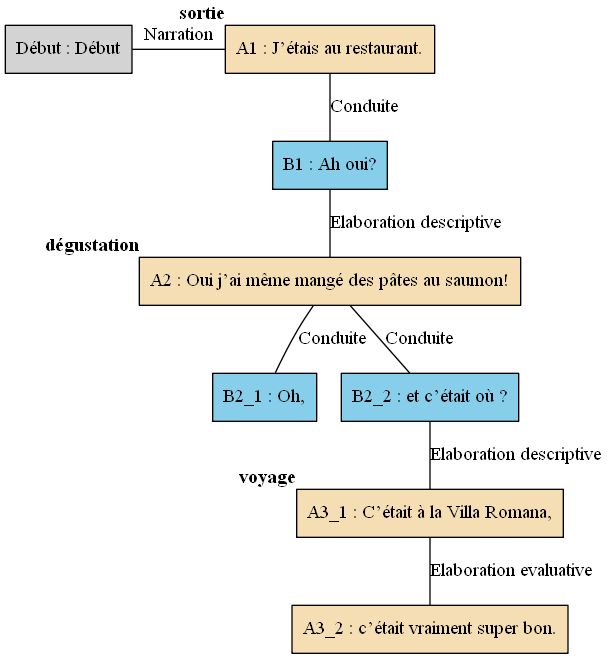
Earlier version of the Graphviz export arbres/Bac_a_sable/Bac_a_sable_-_E08.gv.png (AlaixComet/AnnotationSlamPTut). Its source is kept beside it as arbres/Bac_a_sable/Bac_a_sable_-_E08.gv. Source of this version:
```dot
digraph E08 {
	node [shape=box style=filled]
	"Début" [label="Début : Début" xlabel=""]
	A1 [label="A1 : J’étais au restaurant." fillcolor=wheat xlabel=<<B>sortie</B>>]
	B1 [label="B1 : Ah oui?" fillcolor=skyblue xlabel=""]
	A2 [label="A2 : Oui j’ai même mangé des pâtes au saumon!" fillcolor=wheat xlabel=<<B>dégustation</B>>]
	B2_1 [label="B2_1 : Oh," fillcolor=skyblue xlabel=""]
	B2_2 [label="B2_2 : et c’était où ?" fillcolor=skyblue xlabel=""]
	A3_1 [label="A3_1 : C’était à la Villa Romana," fillcolor=wheat xlabel=<<B>voyage</B>>]
	A3_2 [label="A3_2 : c’était vraiment super bon." fillcolor=wheat xlabel=""]
	{
		rank=same
		"Début"
		A1
		"Début" -> A1 [label=Narration dir=none]
	}
	A1 -> B1 [label=Conduite dir=none]
	B1 -> A2 [label="Elaboration descriptive" dir=none]
	A2 -> B2_1 [label=Conduite dir=none]
	B2_2 -> A3_1 [label="Elaboration descriptive" dir=none]
	A2 -> B2_2 [label=Conduite dir=none]
	A3_1 -> A3_2 [label="Elaboration evaluative" dir=none]
}
```
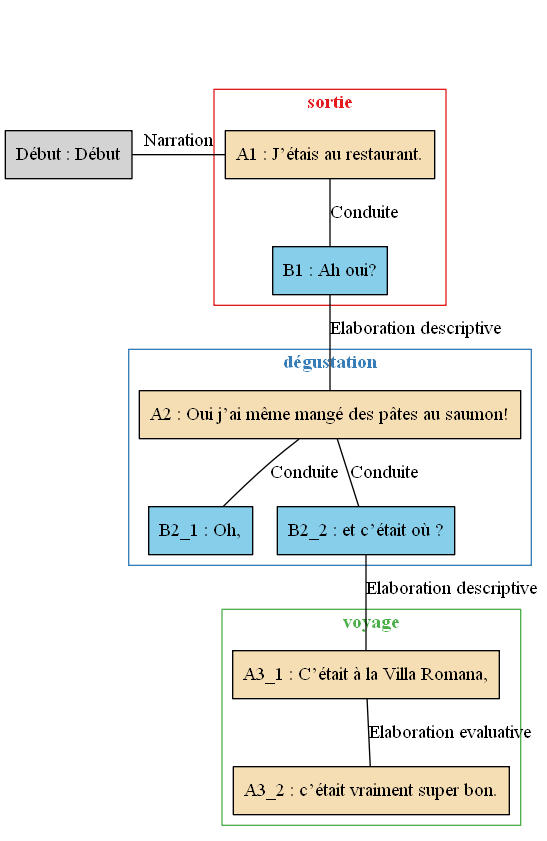
Above is the later version.

The edit, as a diff of the source:
```diff
@@ -1,23 +1,47 @@
 digraph E08 {
 	node [shape=box style=filled]
-	"Début" [label="Début : Début" xlabel=""]
-	A1 [label="A1 : J’étais au restaurant." fillcolor=wheat xlabel=<<B>sortie</B>>]
-	B1 [label="B1 : Ah oui?" fillcolor=skyblue xlabel=""]
-	A2 [label="A2 : Oui j’ai même mangé des pâtes au saumon!" fillcolor=wheat xlabel=<<B>dégustation</B>>]
-	B2_1 [label="B2_1 : Oh," fillcolor=skyblue xlabel=""]
-	B2_2 [label="B2_2 : et c’était où ?" fillcolor=skyblue xlabel=""]
-	A3_1 [label="A3_1 : C’était à la Villa Romana," fillcolor=wheat xlabel=<<B>voyage</B>>]
-	A3_2 [label="A3_2 : c’était vraiment super bon." fillcolor=wheat xlabel=""]
-	{
-		rank=same
-		"Début"
+	newrank=true
+	zero [style=invis]
+	"Début" [label="Début : Début"]
+	A1 [label="A1 : J’étais au restaurant." fillcolor=wheat]
+	B1 [label="B1 : Ah oui?" fillcolor=skyblue]
+	A2 [label="A2 : Oui j’ai même mangé des pâtes au saumon!" fillcolor=wheat]
+	B2_1 [label="B2_1 : Oh," fillcolor=skyblue]
+	B2_2 [label="B2_2 : et c’était où ?" fillcolor=skyblue]
+	A3_1 [label="A3_1 : C’était à la Villa Romana," fillcolor=wheat]
+	A3_2 [label="A3_2 : c’était vraiment super bon." fillcolor=wheat]
+	zero -> "Début" [label="" style=invis]
+	zero -> A1 [style=invis weight=1]
+	"Début" -> A1 [label=Narration constraint=false dir=none]
+	A1 -> B1 [label=Conduite dir=none weight=2]
+	B1 -> A2 [label="Elaboration descriptive" dir=none weight=2]
+	A2 -> B2_1 [label=Conduite dir=none weight=2]
+	B2_2 -> A3_1 [label="Elaboration descriptive" dir=none weight=2]
+	A2 -> B2_2 [label=Conduite dir=none weight=2]
+	A3_1 -> A3_2 [label="Elaboration evaluative" dir=none weight=2]
+	subgraph cluster_1 {
+		label=<<B>sortie</B>>
+		colorscheme=set19
+		color=1
+		fontcolor=1
 		A1
-		"Début" -> A1 [label=Narration dir=none]
+		B1
 	}
-	A1 -> B1 [label=Conduite dir=none]
-	B1 -> A2 [label="Elaboration descriptive" dir=none]
-	A2 -> B2_1 [label=Conduite dir=none]
-	B2_2 -> A3_1 [label="Elaboration descriptive" dir=none]
-	A2 -> B2_2 [label=Conduite dir=none]
-	A3_1 -> A3_2 [label="Elaboration evaluative" dir=none]
+	subgraph cluster_2 {
+		label=<<B>dégustation</B>>
+		colorscheme=set19
+		color=2
+		fontcolor=2
+		A2
+		B2_1
+		B2_2
+	}
+	subgraph cluster_3 {
+		label=<<B>voyage</B>>
+		colorscheme=set19
+		color=3
+		fontcolor=3
+		A3_1
+		A3_2
+	}
 }
```
